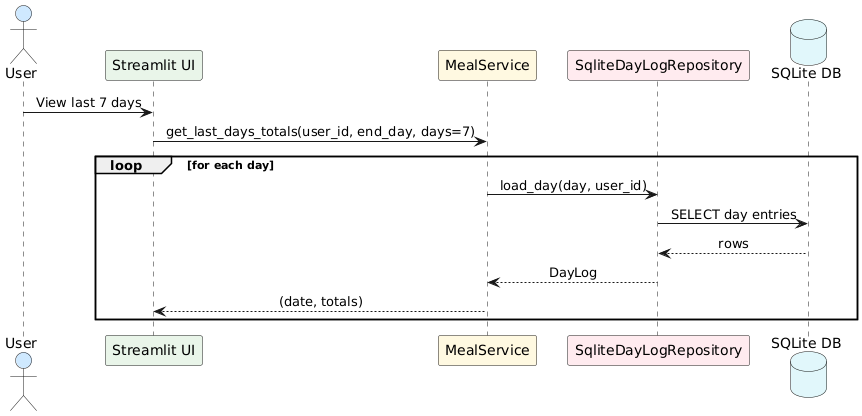
Before: pictures/uml-sequence-4.png, a diagram exported from PlantUML (unibo-dtm-se-2425-havij/report). Source of this version:
```plantuml
@startuml
skinparam sequenceMessageAlign center
actor User #cfe8ff
participant "Streamlit UI" as UI #e8f5e9
participant "MealService" as MealSvc #fff8e1
participant "SqliteDayLogRepository" as MealRepo #ffebee
database "SQLite DB" as DB #e0f7fa

User -> UI: View last 7 days
UI -> MealSvc: get_last_days_totals(user_id, end_day, days=7)
loop for each day
  MealSvc -> MealRepo: load_day(day, user_id)
  MealRepo -> DB: SELECT day entries
  DB --> MealRepo: rows
  MealRepo --> MealSvc: DayLog
  MealSvc --> UI: (date, totals)
end
@enduml
```
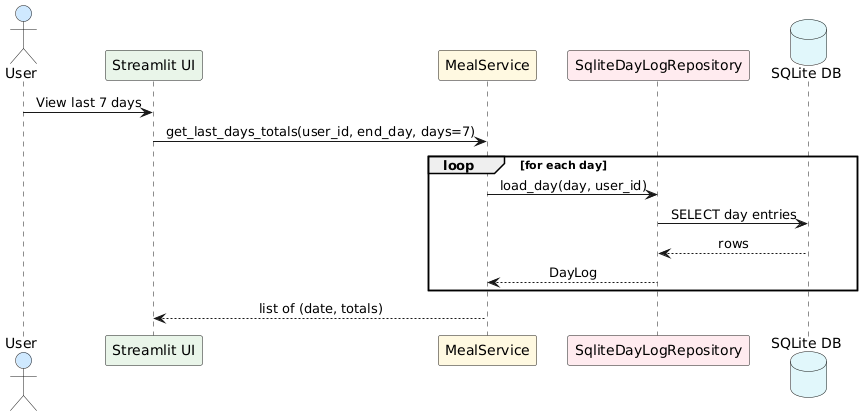
After the change.

What changed in the source:
```diff
@@ -13,6 +13,6 @@
   MealRepo -> DB: SELECT day entries
   DB --> MealRepo: rows
   MealRepo --> MealSvc: DayLog
-  MealSvc --> UI: (date, totals)
 end
+MealSvc --> UI: list of (date, totals)
 @enduml
```
